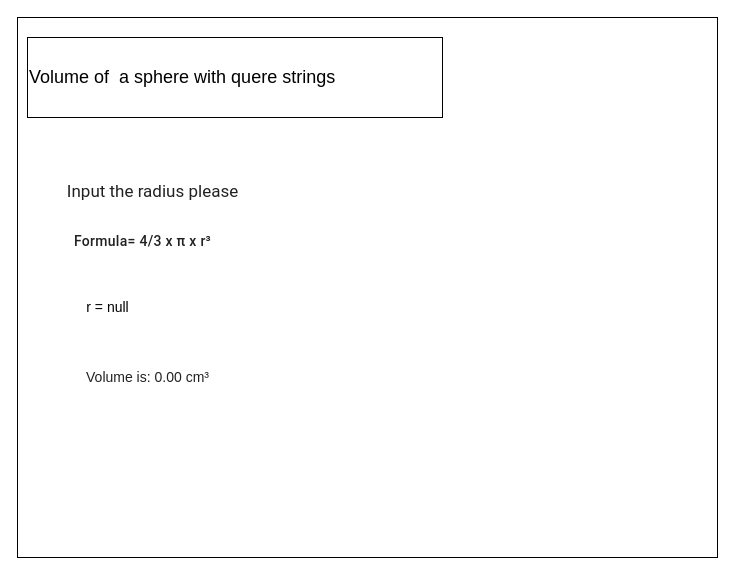
This is design/story-board.drawio from Emmanuel-Fofeyin/ICS2O-Unit6-04-HTML, a draw.io file, before an edit. Source tidied: cells renumbered, new cells numbered last; positions are measured from the earlier drawing's top-left corner, leaving out a move shared by most shapes. Both pictures are drawn from the tidied source at 100%, with x=0, y=0 at pixel (17, 17).
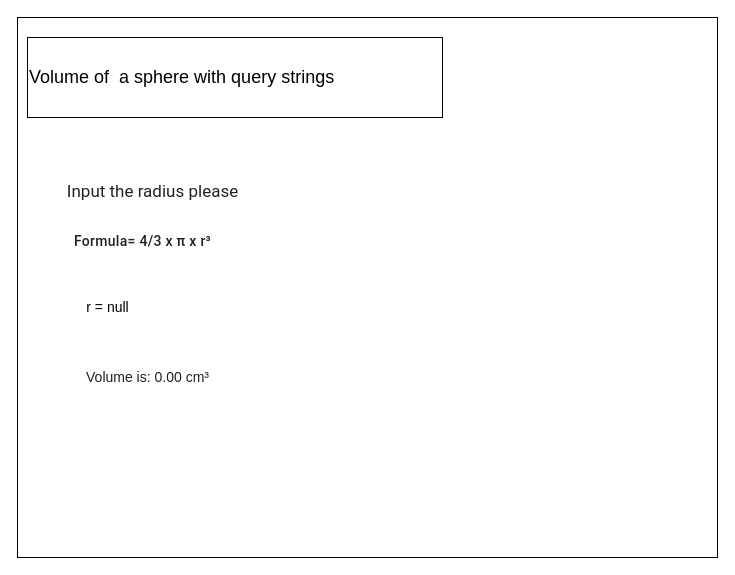
The same page after the edit.

Commit message:
one change has bin made kids

The edit, as a diff of the source:
```diff
@@
 <mxGraphModel>
   <root>
     <mxCell id="0" />
     <mxCell id="1" parent="0" />
     <mxCell id="2" style="rounded=0;whiteSpace=wrap;html=1;" parent="1" vertex="1">
       <mxGeometry width="700" height="540" as="geometry" />
     </mxCell>
-    <mxCell id="3" value="&lt;font style=&quot;font-size: 18px&quot;&gt;Volume of&amp;nbsp; a sphere with quere strings&lt;/font&gt;" style="rounded=0;whiteSpace=wrap;html=1;align=left;" parent="1" vertex="1">
+    <mxCell id="3" value="&lt;font style=&quot;font-size: 18px&quot;&gt;Volume of&amp;nbsp; a sphere with query strings&lt;/font&gt;" style="rounded=0;whiteSpace=wrap;html=1;align=left;" parent="1" vertex="1">
       <mxGeometry x="10" y="20" width="415" height="80" as="geometry" />
     </mxCell>
     <mxCell id="4" value="&lt;h4 style=&quot;padding: 0px ; font-family: &amp;#34;roboto&amp;#34; , &amp;#34;helvetica&amp;#34; , &amp;#34;arial&amp;#34; , sans-serif ; font-weight: 400 ; line-height: 32px ; margin: 24px 0px 16px ; color: rgba(0 , 0 , 0 , 0.87) ; font-size: 17px&quot;&gt;&lt;font style=&quot;font-size: 17px&quot;&gt;Input the radius please&lt;/font&gt;&lt;/h4&gt;&lt;div style=&quot;font-size: 17px&quot;&gt;&lt;br&gt;&lt;/div&gt;" style="text;html=1;align=center;verticalAlign=middle;strokeColor=none;fillColor=none;fontSize=18;" parent="1" vertex="1">
       <mxGeometry x="40" y="130" width="190" height="100" as="geometry" />
     </mxCell>
     <mxCell id="5" value="&lt;h5 style=&quot;padding: 0px ; font-weight: 500 ; line-height: 1 ; letter-spacing: 0.02em ; font-family: &amp;#34;roboto&amp;#34; , &amp;#34;helvetica&amp;#34; , &amp;#34;arial&amp;#34; , sans-serif ; margin: 24px 0px 16px ; color: rgba(0 , 0 , 0 , 0.87)&quot;&gt;&lt;font style=&quot;font-size: 14px&quot;&gt;Formula= 4/3 x π x r³&lt;/font&gt;&lt;/h5&gt;&lt;div id=&quot;dimensions&quot; style=&quot;color: rgba(0 , 0 , 0 , 0.87) ; font-family: &amp;#34;helvetica&amp;#34; , &amp;#34;arial&amp;#34; , sans-serif ; font-size: 14px ; background-color: rgb(255 , 182 , 193)&quot;&gt;&lt;ul style=&quot;letter-spacing: 0px ; line-height: 24px&quot;&gt;&lt;/ul&gt;&lt;/div&gt;" style="text;html=1;align=center;verticalAlign=middle;strokeColor=none;fillColor=none;fontSize=17;" parent="1" vertex="1">
       <mxGeometry x="50" y="190" width="150" height="60" as="geometry" />
     </mxCell>
     <mxCell id="6" value="r = null" style="text;html=1;align=center;verticalAlign=middle;strokeColor=none;fillColor=none;fontSize=14;" parent="1" vertex="1">
       <mxGeometry x="60" y="280" width="60" height="20" as="geometry" />
     </mxCell>
     <mxCell id="7" value="&lt;span style=&quot;color: rgba(0 , 0 , 0 , 0.87) ; font-family: &amp;#34;helvetica&amp;#34; , &amp;#34;arial&amp;#34; , sans-serif&quot;&gt;Volume is: 0.00 cm³&lt;/span&gt;" style="text;html=1;align=center;verticalAlign=middle;strokeColor=none;fillColor=none;fontSize=14;" parent="1" vertex="1">
       <mxGeometry x="60" y="350" width="140" height="20" as="geometry" />
     </mxCell>
   </root>
 </mxGraphModel>
```
